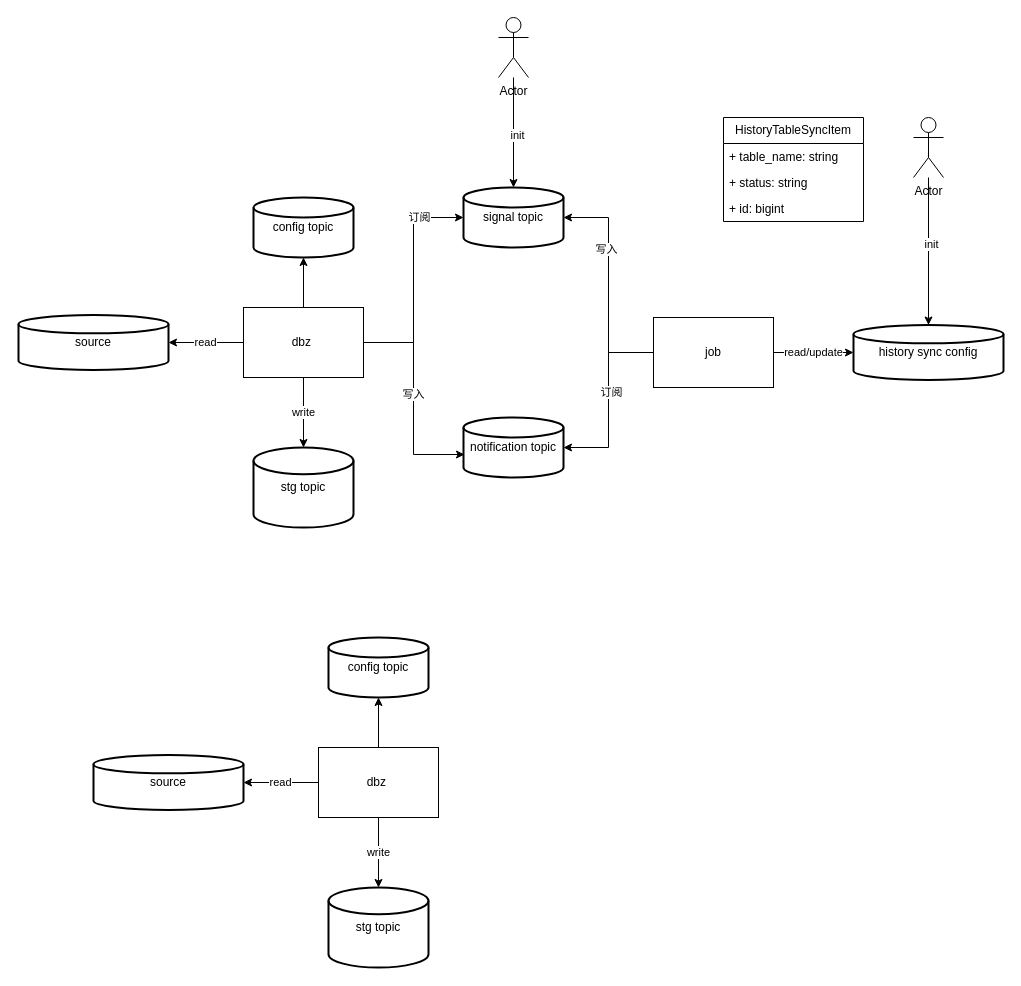
MyLanPangzi/docs keeps this draw.io diagram as images/大分表历史同步.drawio. Above is the earlier version. Source tidied: cells renumbered, new cells numbered last; positions are measured from the earlier drawing's top-left corner, leaving out a move shared by most shapes. Both pictures are drawn from the tidied source at 100%, with x=0, y=0 at pixel (18, 17).
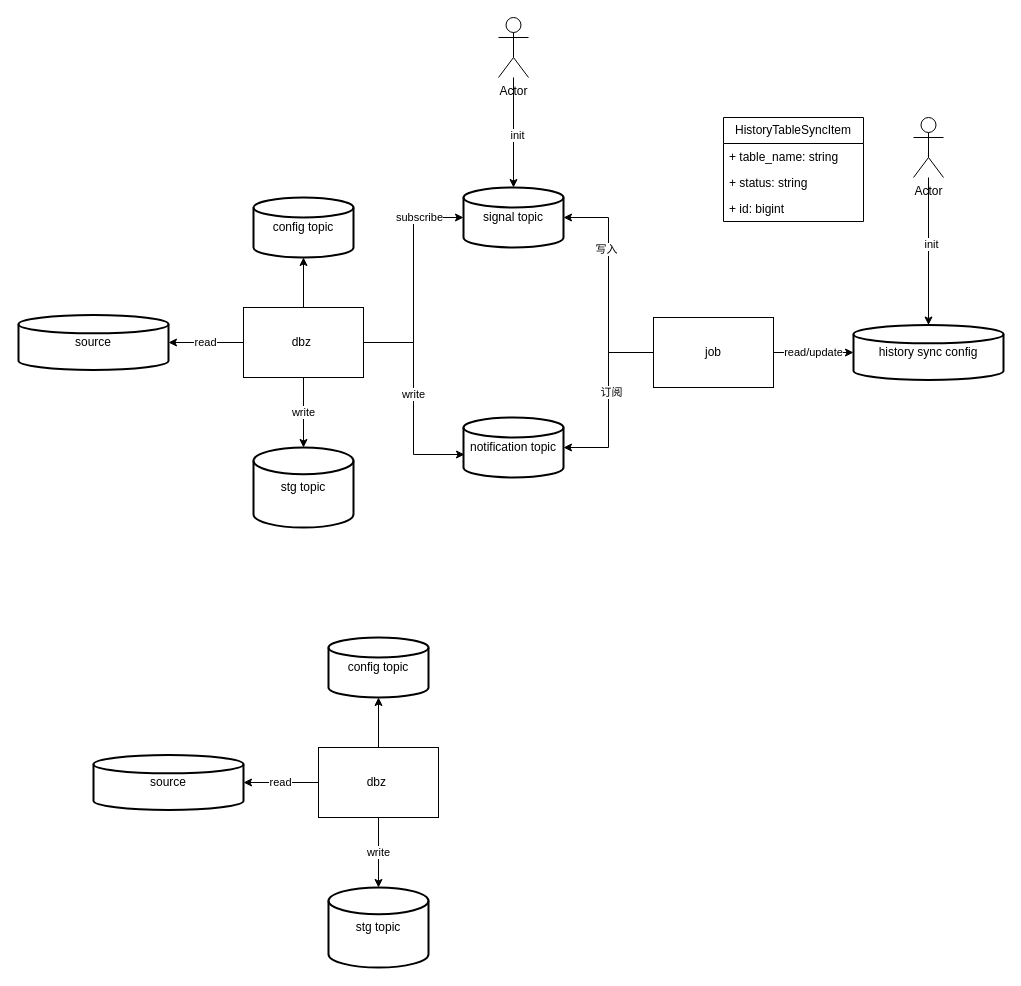
The same page after the edit.

Commit message:
更新大分表历史同步.drawio

The change refers to these unchanged cells:
```xml
<mxCell id="12" style="edgeStyle=orthogonalEdgeStyle;rounded=0;jettySize=auto;html=1;entryX=0.01;entryY=0.617;entryDx=0;entryDy=0;entryPerimeter=0;" parent="1" edge="1" source="7" target="11">
  <mxGeometry relative="1" as="geometry" />
</mxCell>
<mxCell id="14" style="edgeStyle=orthogonalEdgeStyle;rounded=0;jettySize=auto;html=1;entryX=0;entryY=0.5;entryDx=0;entryDy=0;entryPerimeter=0;" parent="1" edge="1" source="7" target="10">
  <mxGeometry relative="1" as="geometry" />
</mxCell>
```

Change to the diagram source:
```diff
@@
-    <mxCell id="13" value="写入" style="edgeLabel;html=1;align=center;verticalAlign=middle;" parent="12" vertex="1">
+    <mxCell id="13" value="write" style="edgeLabel;html=1;align=center;verticalAlign=middle;" parent="12" vertex="1">
       <mxGeometry x="-0.05" y="-1" relative="1" as="geometry" />
     </mxCell>
@@
-    <mxCell id="15" value="订阅" style="edgeLabel;html=1;align=center;verticalAlign=middle;" parent="14" vertex="1">
+    <mxCell id="15" value="subscribe" style="edgeLabel;html=1;align=center;verticalAlign=middle;" parent="14" vertex="1">
       <mxGeometry x="0.6" y="1" relative="1" as="geometry" />
     </mxCell>
```
